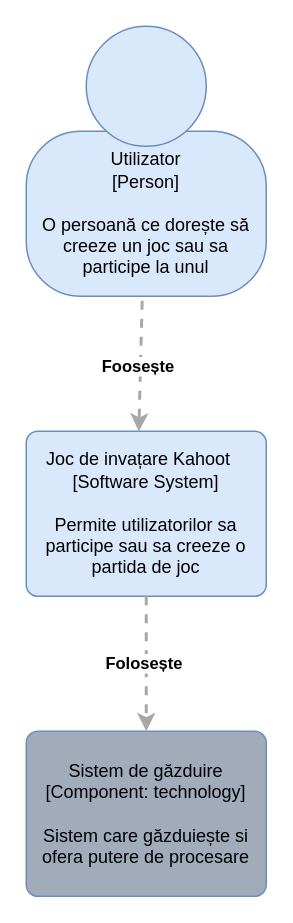
Before: C4 Level 1.drawio in FilosGabriel/Ingineria-programari-lab4, a draw.io diagram. Source tidied: cells renumbered, new cells numbered last; positions are measured from the earlier drawing's top-left corner, leaving out a move shared by most shapes. Both pictures are drawn from the tidied source at 150%, with x=0, y=0 at pixel (26, 26).
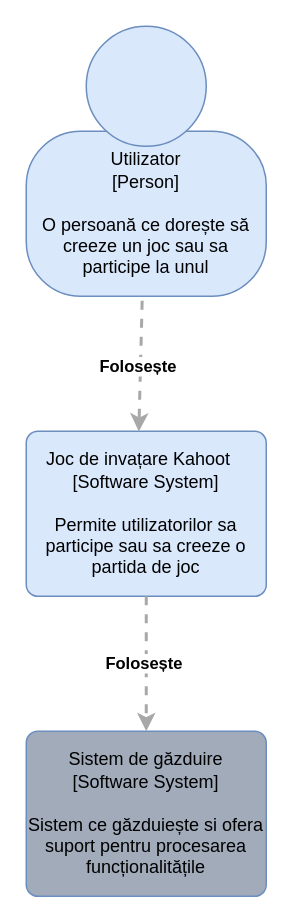
Above is the later version.

The edit, as a diff of the source:
```diff
@@
 <mxGraphModel>
   <root>
     <mxCell id="0" />
     <mxCell id="1" parent="0" />
     <mxCell id="2" style="group;rounded=0;labelBackgroundColor=none;fillColor=none;fontColor=#000000;align=center;html=1;" parent="1" vertex="1">
       <mxGeometry width="160" height="180" as="geometry" />
     </mxCell>
     <mxCell id="3" value="&lt;span&gt;Utilizator&lt;br&gt;[Person]&lt;/span&gt;&lt;br&gt;&lt;div&gt;&lt;br&gt;&lt;/div&gt;&lt;div&gt;O persoană ce dorește să creeze un joc sau sa participe la unul&lt;/div&gt;" style="rounded=1;whiteSpace=wrap;html=1;labelBackgroundColor=none;fillColor=#dae8fc;fontColor=#000000;align=center;arcSize=33;strokeColor=#6c8ebf;" parent="2" vertex="1">
       <mxGeometry y="70" width="160" height="110" as="geometry" />
     </mxCell>
     <mxCell id="4" style="ellipse;whiteSpace=wrap;html=1;rounded=0;labelBackgroundColor=none;fillColor=#dae8fc;fontSize=12;fontColor=#000000;align=center;strokeColor=#6c8ebf;" parent="2" vertex="1">
       <mxGeometry x="40" width="80" height="80" as="geometry" />
     </mxCell>
     <mxCell id="5" value="Joc de invațare Kahoot&amp;nbsp; &amp;nbsp;&lt;div&gt;[Software System]&lt;/div&gt;&lt;div&gt;&lt;br&gt;&lt;/div&gt;&lt;div&gt;Permite utilizatorilor sa participe sau sa creeze o partida de joc&lt;/div&gt;" style="rounded=1;whiteSpace=wrap;html=1;labelBackgroundColor=none;fillColor=#dae8fc;fontColor=#000000;align=center;arcSize=7;strokeColor=#6c8ebf;rotation=0;" parent="1" vertex="1">
       <mxGeometry y="270" width="160" height="110" as="geometry" />
     </mxCell>
-    <mxCell id="6" value="&lt;span&gt;Sistem de găzduire&lt;/span&gt;&lt;div&gt;[Component:&amp;nbsp;&lt;span&gt;technology&lt;/span&gt;&lt;span&gt;]&lt;/span&gt;&lt;/div&gt;&lt;div&gt;&lt;br&gt;&lt;/div&gt;&lt;div&gt;Sistem care găzduiește si ofera putere de procesare&lt;/div&gt;" style="rounded=1;whiteSpace=wrap;html=1;labelBackgroundColor=none;fillColor=#A1ABBA;align=center;arcSize=7;strokeColor=#6c8ebf;" parent="1" vertex="1">
+    <mxCell id="6" value="&lt;span&gt;Sistem de găzduire&lt;/span&gt;&lt;div&gt;[Software System&lt;span&gt;]&lt;/span&gt;&lt;/div&gt;&lt;div&gt;&lt;br&gt;&lt;/div&gt;&lt;div&gt;Sistem ce găzduiește si ofera suport pentru procesarea funcționalitățile&lt;/div&gt;" style="rounded=1;whiteSpace=wrap;html=1;labelBackgroundColor=none;fillColor=#A1ABBA;align=center;arcSize=7;strokeColor=#6c8ebf;" parent="1" vertex="1">
       <mxGeometry y="470" width="160" height="110" as="geometry" />
     </mxCell>
-    <mxCell id="7" value="&lt;div style=&quot;text-align: left&quot;&gt;&lt;div style=&quot;text-align: center&quot;&gt;&lt;b&gt;Foosește&amp;nbsp;&lt;/b&gt;&lt;br&gt;&lt;/div&gt;&lt;/div&gt;" style="edgeStyle=none;rounded=0;html=1;jettySize=auto;strokeColor=#A8A8A8;strokeWidth=2;fontColor=#000000;jumpStyle=none;dashed=1;exitX=0.483;exitY=1.027;exitDx=0;exitDy=0;exitPerimeter=0;entryX=0.469;entryY=0.002;entryDx=0;entryDy=0;entryPerimeter=0;" parent="1" edge="1" source="3" target="5">
+    <mxCell id="7" value="&lt;div style=&quot;text-align: left&quot;&gt;&lt;div style=&quot;text-align: center&quot;&gt;&lt;b&gt;Folosește&amp;nbsp;&lt;/b&gt;&lt;br&gt;&lt;/div&gt;&lt;/div&gt;" style="edgeStyle=none;rounded=0;html=1;jettySize=auto;strokeColor=#A8A8A8;strokeWidth=2;fontColor=#000000;jumpStyle=none;dashed=1;exitX=0.483;exitY=1.027;exitDx=0;exitDy=0;exitPerimeter=0;entryX=0.469;entryY=0.002;entryDx=0;entryDy=0;entryPerimeter=0;" parent="1" edge="1" source="3" target="5">
       <mxGeometry relative="1" as="geometry" />
     </mxCell>
     <mxCell id="8" value="&lt;div style=&quot;text-align: left&quot;&gt;&lt;div style=&quot;text-align: center&quot;&gt;&lt;b&gt;Folosește&amp;nbsp;&lt;/b&gt;&lt;br&gt;&lt;/div&gt;&lt;/div&gt;" style="edgeStyle=none;rounded=0;html=1;jettySize=auto;strokeColor=#A8A8A8;strokeWidth=2;fontColor=#000000;jumpStyle=none;dashed=1;entryX=0.5;entryY=0;entryDx=0;entryDy=0;" parent="1" edge="1" source="5" target="6">
       <mxGeometry relative="1" as="geometry" />
     </mxCell>
   </root>
 </mxGraphModel>
```
